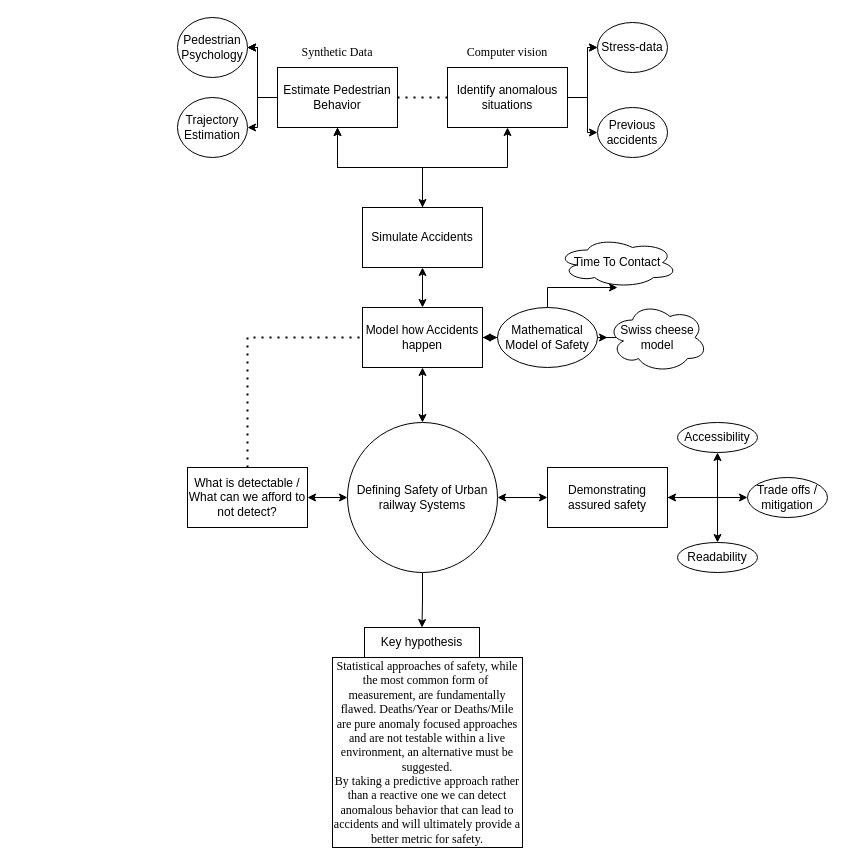
Above: Untitled Diagram.drawio in TortoiseFather/SimpleRailwaySim (draw.io), before the change. Source tidied: cells renumbered, new cells numbered last; positions are measured from the earlier drawing's top-left corner, leaving out a move shared by most shapes. Both pictures are drawn from the tidied source at 100%, with x=0, y=0 at pixel (177, 17).
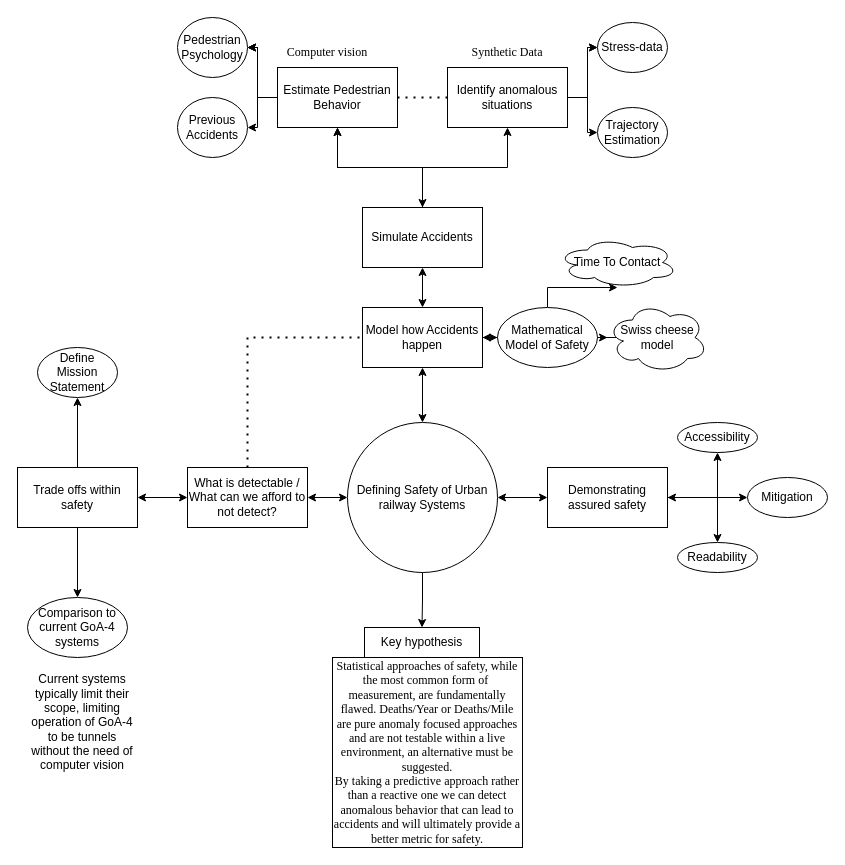
The same diagram, later.

The change refers to these unchanged cells:
```xml
<mxCell id="32" value="What is detectable / What can we afford to not detect?" style="whiteSpace=wrap;html=1;" parent="1" vertex="1">
  <mxGeometry x="10" y="450" width="120" height="60" as="geometry" />
</mxCell>
```

The edit, as a diff of the source:
```diff
@@
-    <mxCell id="24" value="Trajectory Estimation" style="ellipse;whiteSpace=wrap;html=1;" parent="1" vertex="1">
+    <mxCell id="24" value="Previous Accidents" style="ellipse;whiteSpace=wrap;html=1;" parent="1" vertex="1">
       <mxGeometry y="80" width="70" height="60" as="geometry" />
     </mxCell>
@@
-    <mxCell id="30" value="Previous accidents" style="ellipse;whiteSpace=wrap;html=1;" parent="1" vertex="1">
+    <mxCell id="30" value="Trajectory Estimation" style="ellipse;whiteSpace=wrap;html=1;" parent="1" vertex="1">
       <mxGeometry x="420" y="90" width="70" height="50" as="geometry" />
     </mxCell>
@@
+    <mxCell id="46" style="edgeStyle=orthogonalEdgeStyle;rounded=0;jettySize=auto;html=1;startArrow=classic;startFill=1;" parent="1" edge="1" source="32" target="49">
+      <mxGeometry relative="1" as="geometry" />
+    </mxCell>
@@
-    <mxCell id="41" value="Trade offs / mitigation" style="ellipse;whiteSpace=wrap;html=1;" parent="1" vertex="1">
+    <mxCell id="41" value="Mitigation" style="ellipse;whiteSpace=wrap;html=1;" parent="1" vertex="1">
       <mxGeometry x="570" y="460" width="80" height="40" as="geometry" />
     </mxCell>
@@
     <mxCell id="44" value="&lt;font face=&quot;Times New Roman&quot;&gt;Computer vision&lt;/font&gt;" style="text;html=1;strokeColor=none;fillColor=none;align=center;verticalAlign=middle;whiteSpace=wrap;rounded=0;" parent="1" vertex="1">
-      <mxGeometry x="270" y="20" width="120" height="30" as="geometry" />
+      <mxGeometry x="90" y="20" width="120" height="30" as="geometry" />
     </mxCell>
     <mxCell id="45" value="&lt;font face=&quot;Times New Roman&quot;&gt;Synthetic Data&lt;br&gt;&lt;/font&gt;" style="text;html=1;strokeColor=none;fillColor=none;align=center;verticalAlign=middle;whiteSpace=wrap;rounded=0;" parent="1" vertex="1">
-      <mxGeometry x="100" y="20" width="120" height="30" as="geometry" />
+      <mxGeometry x="270" y="20" width="120" height="30" as="geometry" />
     </mxCell>
+    <mxCell id="47" style="edgeStyle=orthogonalEdgeStyle;rounded=0;jettySize=auto;html=1;" parent="1" edge="1" source="49" target="50">
+      <mxGeometry relative="1" as="geometry" />
+    </mxCell>
+    <mxCell id="48" style="edgeStyle=orthogonalEdgeStyle;rounded=0;jettySize=auto;html=1;" parent="1" edge="1" source="49" target="51">
+      <mxGeometry relative="1" as="geometry" />
+    </mxCell>
+    <mxCell id="49" value="Trade offs within safety" style="whiteSpace=wrap;html=1;" parent="1" vertex="1">
+      <mxGeometry x="-160" y="450" width="120" height="60" as="geometry" />
+    </mxCell>
+    <mxCell id="50" value="Define Mission Statement" style="ellipse;whiteSpace=wrap;html=1;" parent="1" vertex="1">
+      <mxGeometry x="-140" y="330" width="80" height="50" as="geometry" />
+    </mxCell>
+    <mxCell id="51" value="Comparison to current GoA-4 systems" style="ellipse;whiteSpace=wrap;html=1;" parent="1" vertex="1">
+      <mxGeometry x="-150" y="580" width="100" height="60" as="geometry" />
+    </mxCell>
+    <mxCell id="52" value="Current systems typically limit their scope, limiting operation of GoA-4 to be tunnels without the need of computer vision" style="text;html=1;strokeColor=none;fillColor=none;align=center;verticalAlign=middle;whiteSpace=wrap;rounded=0;" parent="1" vertex="1">
+      <mxGeometry x="-150" y="650" width="110" height="110" as="geometry" />
+    </mxCell>
```
